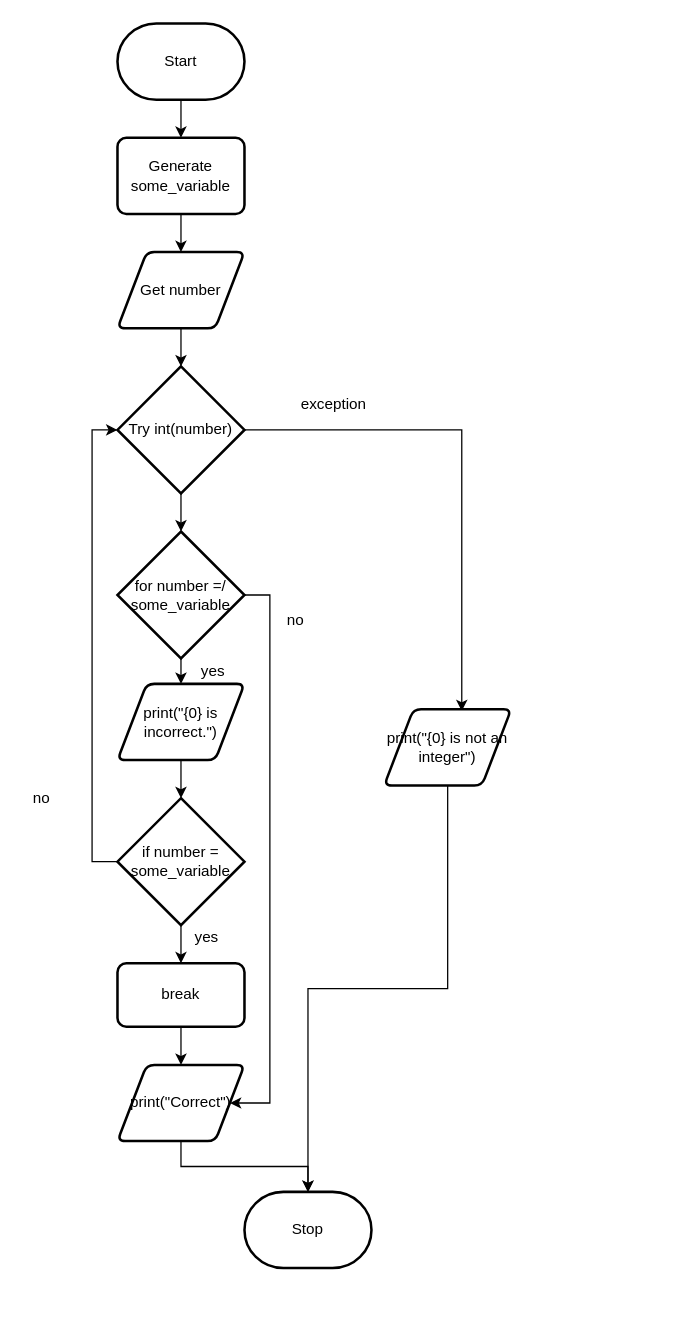
Above: Copy of flowchart.drawio in Ethan-Gravelle/ICS3U-Unit4-04-Python-Number-Guess (draw.io), before the change. Source tidied: cells renumbered, new cells numbered last; positions are measured from the earlier drawing's top-left corner, leaving out a move shared by most shapes. Both pictures are drawn from the tidied source at 127%, with x=0, y=0 at pixel (22, 23).
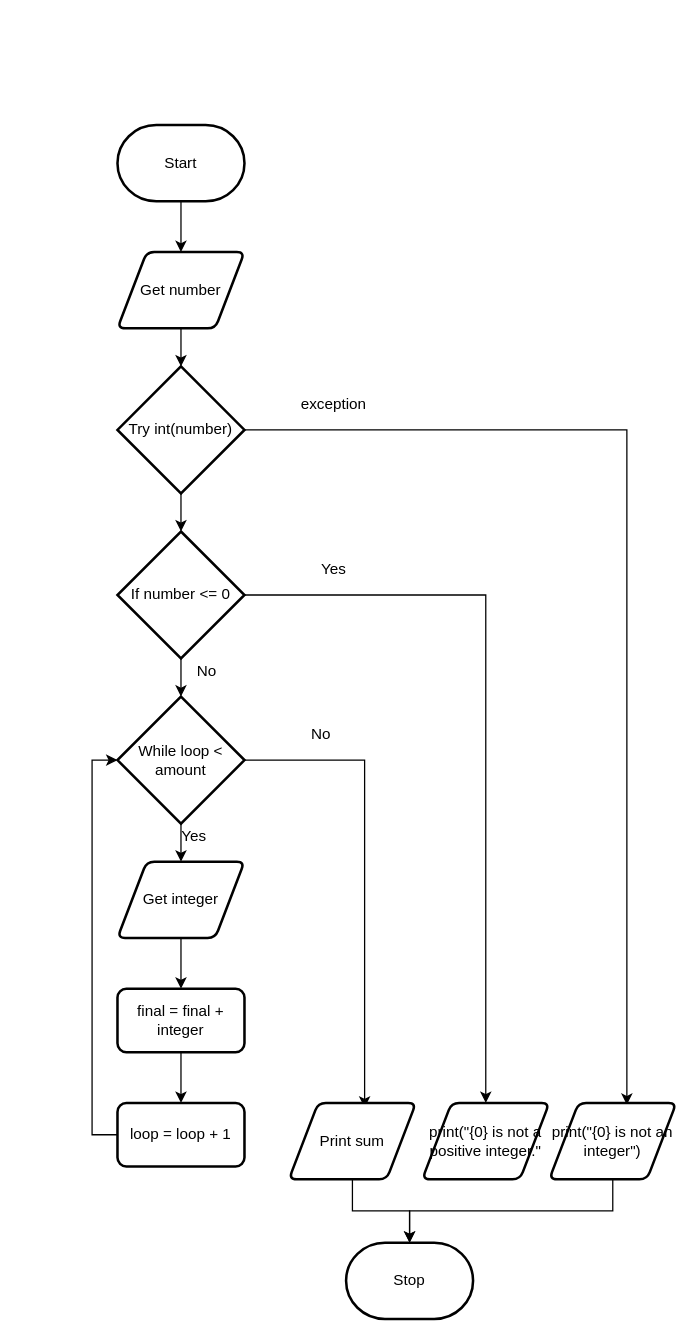
The same diagram, later.

Unchanged cells that the change refers to:
```xml
<mxCell id="7" value="Get number" style="shape=parallelogram;html=1;strokeWidth=2;perimeter=parallelogramPerimeter;whiteSpace=wrap;rounded=1;arcSize=12;size=0.23;" parent="1" vertex="1">
  <mxGeometry x="75" y="180" width="100" height="60" as="geometry" />
</mxCell>
<mxCell id="10" value="Try int(number)" style="strokeWidth=2;html=1;shape=mxgraph.flowchart.decision;whiteSpace=wrap;" parent="1" vertex="1">
  <mxGeometry x="75" y="270" width="100" height="100" as="geometry" />
</mxCell>
```

Change to the diagram source:
```diff
@@
-    <mxCell id="2" style="edgeStyle=orthogonalEdgeStyle;rounded=0;jettySize=auto;html=1;exitX=0.5;exitY=1;exitDx=0;exitDy=0;exitPerimeter=0;entryX=0.5;entryY=0;entryDx=0;entryDy=0;" parent="1" edge="1" source="3" target="5">
-      <mxGeometry relative="1" as="geometry" />
-    </mxCell>
+    <mxCell id="31" style="edgeStyle=orthogonalEdgeStyle;rounded=0;jettySize=auto;html=1;exitX=0.5;exitY=1;exitDx=0;exitDy=0;exitPerimeter=0;entryX=0.5;entryY=0;entryDx=0;entryDy=0;" parent="1" edge="1" source="3" target="7">
+      <mxGeometry relative="1" as="geometry" />
+    </mxCell>
     <mxCell id="3" value="Start" style="strokeWidth=2;html=1;shape=mxgraph.flowchart.terminator;whiteSpace=wrap;" parent="1" vertex="1">
-      <mxGeometry x="75" width="100" height="60" as="geometry" />
+      <mxGeometry x="75" y="80" width="100" height="60" as="geometry" />
     </mxCell>
-    <mxCell id="4" style="edgeStyle=orthogonalEdgeStyle;rounded=0;jettySize=auto;html=1;exitX=0.5;exitY=1;exitDx=0;exitDy=0;entryX=0.5;entryY=0;entryDx=0;entryDy=0;" parent="1" edge="1" source="5" target="7">
-      <mxGeometry relative="1" as="geometry" />
-    </mxCell>
-    <mxCell id="5" value="Generate some_variable" style="rounded=1;whiteSpace=wrap;html=1;absoluteArcSize=1;arcSize=14;strokeWidth=2;" parent="1" vertex="1">
-      <mxGeometry x="75" y="90" width="100" height="60" as="geometry" />
-    </mxCell>
@@
-    <mxCell id="8" style="edgeStyle=orthogonalEdgeStyle;rounded=0;jettySize=auto;html=1;exitX=0.5;exitY=1;exitDx=0;exitDy=0;exitPerimeter=0;entryX=0.5;entryY=0;entryDx=0;entryDy=0;entryPerimeter=0;" parent="1" edge="1" source="10" target="13">
-      <mxGeometry relative="1" as="geometry" />
-    </mxCell>
@@
+    <mxCell id="32" style="edgeStyle=orthogonalEdgeStyle;rounded=0;jettySize=auto;html=1;exitX=0.5;exitY=1;exitDx=0;exitDy=0;exitPerimeter=0;entryX=0.5;entryY=0;entryDx=0;entryDy=0;entryPerimeter=0;" parent="1" edge="1" source="10" target="35">
+      <mxGeometry relative="1" as="geometry" />
+    </mxCell>
@@
-    <mxCell id="11" style="edgeStyle=orthogonalEdgeStyle;rounded=0;jettySize=auto;html=1;exitX=0.5;exitY=1;exitDx=0;exitDy=0;exitPerimeter=0;entryX=0.5;entryY=0;entryDx=0;entryDy=0;" parent="1" edge="1" source="13" target="21">
-      <mxGeometry relative="1" as="geometry" />
-    </mxCell>
-    <mxCell id="12" style="edgeStyle=orthogonalEdgeStyle;rounded=0;jettySize=auto;html=1;exitX=1;exitY=0.5;exitDx=0;exitDy=0;exitPerimeter=0;entryX=1;entryY=0.5;entryDx=0;entryDy=0;" parent="1" edge="1" source="13" target="25">
-      <mxGeometry relative="1" as="geometry">
-        <Array as="points">
-          <mxPoint x="195" y="450" />
-          <mxPoint x="195" y="850" />
-        </Array>
-      </mxGeometry>
-    </mxCell>
-    <mxCell id="13" value="for number =/ some_variable" style="strokeWidth=2;html=1;shape=mxgraph.flowchart.decision;whiteSpace=wrap;" parent="1" vertex="1">
-      <mxGeometry x="75" y="400" width="100" height="100" as="geometry" />
-    </mxCell>
     <mxCell id="14" value="Stop" style="strokeWidth=2;html=1;shape=mxgraph.flowchart.terminator;whiteSpace=wrap;" parent="1" vertex="1">
-      <mxGeometry x="175" y="920" width="100" height="60" as="geometry" />
+      <mxGeometry x="255" y="960" width="100" height="60" as="geometry" />
     </mxCell>
@@
     <mxCell id="16" value="print(&quot;{0} is not an integer&quot;)" style="shape=parallelogram;html=1;strokeWidth=2;perimeter=parallelogramPerimeter;whiteSpace=wrap;rounded=1;arcSize=12;size=0.23;" parent="1" vertex="1">
-      <mxGeometry x="285" y="540" width="100" height="60" as="geometry" />
+      <mxGeometry x="415" y="850" width="100" height="60" as="geometry" />
     </mxCell>
-    <mxCell id="17" style="edgeStyle=orthogonalEdgeStyle;rounded=0;jettySize=auto;html=1;exitX=0.5;exitY=1;exitDx=0;exitDy=0;exitPerimeter=0;entryX=0.5;entryY=0;entryDx=0;entryDy=0;" parent="1" edge="1" source="19" target="23">
-      <mxGeometry relative="1" as="geometry" />
-    </mxCell>
-    <mxCell id="18" style="edgeStyle=orthogonalEdgeStyle;rounded=0;jettySize=auto;html=1;exitX=0;exitY=0.5;exitDx=0;exitDy=0;exitPerimeter=0;entryX=0;entryY=0.5;entryDx=0;entryDy=0;entryPerimeter=0;" parent="1" edge="1" source="19" target="10">
-      <mxGeometry relative="1" as="geometry" />
-    </mxCell>
-    <mxCell id="19" value="if number = some_variable" style="strokeWidth=2;html=1;shape=mxgraph.flowchart.decision;whiteSpace=wrap;" parent="1" vertex="1">
-      <mxGeometry x="75" y="610" width="100" height="100" as="geometry" />
-    </mxCell>
-    <mxCell id="20" style="edgeStyle=orthogonalEdgeStyle;rounded=0;jettySize=auto;html=1;exitX=0.5;exitY=1;exitDx=0;exitDy=0;entryX=0.5;entryY=0;entryDx=0;entryDy=0;entryPerimeter=0;" parent="1" edge="1" source="21" target="19">
-      <mxGeometry relative="1" as="geometry" />
-    </mxCell>
-    <mxCell id="21" value="print(&quot;{0} is incorrect.&quot;)" style="shape=parallelogram;html=1;strokeWidth=2;perimeter=parallelogramPerimeter;whiteSpace=wrap;rounded=1;arcSize=12;size=0.23;" parent="1" vertex="1">
-      <mxGeometry x="75" y="520" width="100" height="60" as="geometry" />
-    </mxCell>
-    <mxCell id="22" style="edgeStyle=orthogonalEdgeStyle;rounded=0;jettySize=auto;html=1;exitX=0.5;exitY=1;exitDx=0;exitDy=0;entryX=0.5;entryY=0;entryDx=0;entryDy=0;" parent="1" edge="1" source="23" target="25">
-      <mxGeometry relative="1" as="geometry" />
-    </mxCell>
-    <mxCell id="23" value="break" style="rounded=1;whiteSpace=wrap;html=1;absoluteArcSize=1;arcSize=14;strokeWidth=2;" parent="1" vertex="1">
-      <mxGeometry x="75" y="740" width="100" height="50" as="geometry" />
-    </mxCell>
-    <mxCell id="24" style="edgeStyle=orthogonalEdgeStyle;rounded=0;jettySize=auto;html=1;exitX=0.5;exitY=1;exitDx=0;exitDy=0;entryX=0.5;entryY=0;entryDx=0;entryDy=0;entryPerimeter=0;" parent="1" edge="1" source="25" target="14">
-      <mxGeometry relative="1" as="geometry" />
-    </mxCell>
-    <mxCell id="25" value="print(&quot;Correct&quot;)" style="shape=parallelogram;html=1;strokeWidth=2;perimeter=parallelogramPerimeter;whiteSpace=wrap;rounded=1;arcSize=12;size=0.23;" parent="1" vertex="1">
-      <mxGeometry x="75" y="820" width="100" height="60" as="geometry" />
-    </mxCell>
@@
-    <mxCell id="27" value="yes" style="text;html=1;align=center;verticalAlign=middle;strokeColor=none;" parent="1" vertex="1">
-      <mxGeometry x="135" y="500" width="30" height="20" as="geometry" />
-    </mxCell>
-    <mxCell id="28" value="no" style="text;html=1;align=center;verticalAlign=middle;strokeColor=none;" parent="1" vertex="1">
-      <mxGeometry x="200" y="460" width="30" height="20" as="geometry" />
-    </mxCell>
-    <mxCell id="29" value="no" style="text;html=1;align=center;verticalAlign=middle;strokeColor=none;" parent="1" vertex="1">
-      <mxGeometry y="600" width="30" height="20" as="geometry" />
-    </mxCell>
-    <mxCell id="30" value="yes" style="text;html=1;align=center;verticalAlign=middle;strokeColor=none;" parent="1" vertex="1">
-      <mxGeometry x="130" y="710" width="30" height="20" as="geometry" />
-    </mxCell>
+    <mxCell id="33" style="edgeStyle=orthogonalEdgeStyle;rounded=0;jettySize=auto;html=1;exitX=0.5;exitY=1;exitDx=0;exitDy=0;exitPerimeter=0;entryX=0.5;entryY=0;entryDx=0;entryDy=0;entryPerimeter=0;" parent="1" edge="1" source="35" target="38">
+      <mxGeometry relative="1" as="geometry" />
+    </mxCell>
+    <mxCell id="34" style="edgeStyle=orthogonalEdgeStyle;rounded=0;jettySize=auto;html=1;exitX=1;exitY=0.5;exitDx=0;exitDy=0;exitPerimeter=0;entryX=0.5;entryY=0;entryDx=0;entryDy=0;" parent="1" edge="1" source="35" target="47">
+      <mxGeometry relative="1" as="geometry" />
+    </mxCell>
+    <mxCell id="35" value="If number &amp;lt;= 0" style="strokeWidth=2;html=1;shape=mxgraph.flowchart.decision;whiteSpace=wrap;" parent="1" vertex="1">
+      <mxGeometry x="75" y="400" width="100" height="100" as="geometry" />
+    </mxCell>
+    <mxCell id="36" style="edgeStyle=orthogonalEdgeStyle;rounded=0;jettySize=auto;html=1;exitX=0.5;exitY=1;exitDx=0;exitDy=0;exitPerimeter=0;entryX=0.5;entryY=0;entryDx=0;entryDy=0;" parent="1" edge="1" source="38" target="40">
+      <mxGeometry relative="1" as="geometry" />
+    </mxCell>
+    <mxCell id="37" style="edgeStyle=orthogonalEdgeStyle;rounded=0;jettySize=auto;html=1;exitX=1;exitY=0.5;exitDx=0;exitDy=0;exitPerimeter=0;entryX=0.596;entryY=0.062;entryDx=0;entryDy=0;entryPerimeter=0;" parent="1" edge="1" source="38" target="46">
+      <mxGeometry relative="1" as="geometry" />
+    </mxCell>
+    <mxCell id="38" value="While loop &amp;lt; amount" style="strokeWidth=2;html=1;shape=mxgraph.flowchart.decision;whiteSpace=wrap;" parent="1" vertex="1">
+      <mxGeometry x="75" y="530" width="100" height="100" as="geometry" />
+    </mxCell>
+    <mxCell id="39" style="edgeStyle=orthogonalEdgeStyle;rounded=0;jettySize=auto;html=1;exitX=0.5;exitY=1;exitDx=0;exitDy=0;entryX=0.5;entryY=0;entryDx=0;entryDy=0;" parent="1" edge="1" source="40" target="42">
+      <mxGeometry relative="1" as="geometry" />
+    </mxCell>
+    <mxCell id="40" value="Get integer" style="shape=parallelogram;html=1;strokeWidth=2;perimeter=parallelogramPerimeter;whiteSpace=wrap;rounded=1;arcSize=12;size=0.23;" parent="1" vertex="1">
+      <mxGeometry x="75" y="660" width="100" height="60" as="geometry" />
+    </mxCell>
+    <mxCell id="41" style="edgeStyle=orthogonalEdgeStyle;rounded=0;jettySize=auto;html=1;exitX=0.5;exitY=1;exitDx=0;exitDy=0;entryX=0.5;entryY=0;entryDx=0;entryDy=0;" parent="1" edge="1" source="42" target="44">
+      <mxGeometry relative="1" as="geometry" />
+    </mxCell>
+    <mxCell id="42" value="final = final + integer" style="rounded=1;whiteSpace=wrap;html=1;absoluteArcSize=1;arcSize=14;strokeWidth=2;" parent="1" vertex="1">
+      <mxGeometry x="75" y="760" width="100" height="50" as="geometry" />
+    </mxCell>
+    <mxCell id="43" style="edgeStyle=orthogonalEdgeStyle;rounded=0;jettySize=auto;html=1;exitX=0;exitY=0.5;exitDx=0;exitDy=0;entryX=0;entryY=0.5;entryDx=0;entryDy=0;entryPerimeter=0;" parent="1" edge="1" source="44" target="38">
+      <mxGeometry relative="1" as="geometry" />
+    </mxCell>
+    <mxCell id="44" value="loop = loop + 1" style="rounded=1;whiteSpace=wrap;html=1;absoluteArcSize=1;arcSize=14;strokeWidth=2;" parent="1" vertex="1">
+      <mxGeometry x="75" y="850" width="100" height="50" as="geometry" />
+    </mxCell>
+    <mxCell id="45" style="edgeStyle=orthogonalEdgeStyle;rounded=0;jettySize=auto;html=1;exitX=0.5;exitY=1;exitDx=0;exitDy=0;entryX=0.5;entryY=0;entryDx=0;entryDy=0;entryPerimeter=0;" parent="1" edge="1" source="46" target="14">
+      <mxGeometry relative="1" as="geometry" />
+    </mxCell>
+    <mxCell id="46" value="Print sum" style="shape=parallelogram;html=1;strokeWidth=2;perimeter=parallelogramPerimeter;whiteSpace=wrap;rounded=1;arcSize=12;size=0.23;" parent="1" vertex="1">
+      <mxGeometry x="210" y="850" width="100" height="60" as="geometry" />
+    </mxCell>
+    <mxCell id="47" value="print(&quot;{0} is not a positive integer.&quot;" style="shape=parallelogram;html=1;strokeWidth=2;perimeter=parallelogramPerimeter;whiteSpace=wrap;rounded=1;arcSize=12;size=0.23;" parent="1" vertex="1">
+      <mxGeometry x="315" y="850" width="100" height="60" as="geometry" />
+    </mxCell>
+    <mxCell id="48" value="Yes" style="text;html=1;align=center;verticalAlign=middle;strokeColor=none;" parent="1" vertex="1">
+      <mxGeometry x="225" y="420" width="40" height="20" as="geometry" />
+    </mxCell>
+    <mxCell id="49" value="No" style="text;html=1;align=center;verticalAlign=middle;strokeColor=none;" parent="1" vertex="1">
+      <mxGeometry x="130" y="500" width="30" height="20" as="geometry" />
+    </mxCell>
+    <mxCell id="50" value="No" style="text;html=1;align=center;verticalAlign=middle;strokeColor=none;" parent="1" vertex="1">
+      <mxGeometry x="220" y="550" width="30" height="20" as="geometry" />
+    </mxCell>
+    <mxCell id="51" value="Yes" style="text;html=1;align=center;verticalAlign=middle;strokeColor=none;" parent="1" vertex="1">
+      <mxGeometry x="115" y="630" width="40" height="20" as="geometry" />
+    </mxCell>
```
